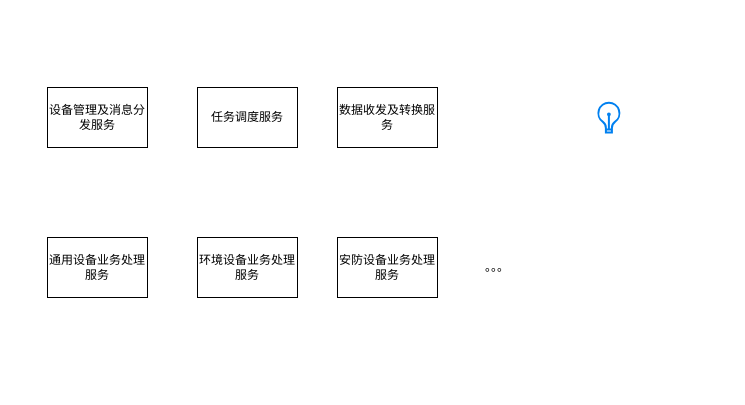
The draw.io diagram Untitled Diagram.drawio in huangyajie/html5, before the edit. Source tidied: cells renumbered, new cells numbered last; positions are measured from the earlier drawing's top-left corner, leaving out a move shared by most shapes. Both pictures are drawn from the tidied source at 100%, with x=0, y=0 at pixel (47, 87).
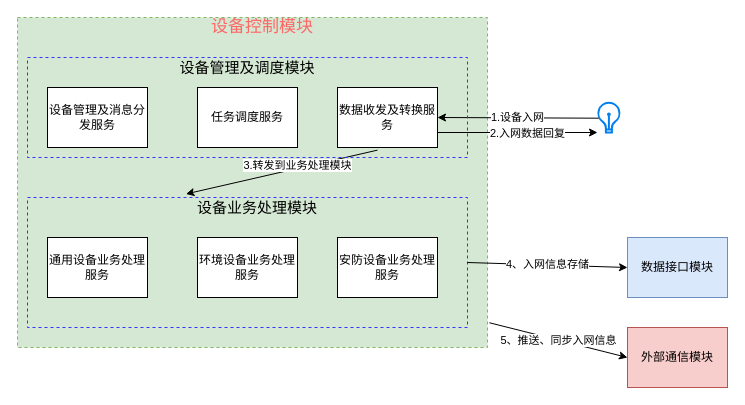
The same page after the edit.

Unchanged cells that the change refers to:
```xml
<mxCell id="3" value="数据收发及转换服务" style="rounded=0;whiteSpace=wrap;html=1;" parent="1" vertex="1">
  <mxGeometry x="290" width="100" height="60" as="geometry" />
</mxCell>
<mxCell id="9" style="html=1;verticalLabelPosition=bottom;align=center;labelBackgroundColor=#ffffff;verticalAlign=top;strokeWidth=2;strokeColor=#0080F0;shadow=0;dashed=0;shape=mxgraph.ios7.icons.lightbulb;" parent="1" vertex="1">
  <mxGeometry x="550" y="15.2" width="22.8" height="29.7" as="geometry" />
</mxCell>
```

The edit, as a diff of the source:
```diff
@@
+    <mxCell id="10" style="rounded=0;whiteSpace=wrap;html=1;dashed=1;fillColor=#d5e8d4;strokeColor=#82b366;" parent="1" vertex="1">
+      <mxGeometry x="-30" y="-70" width="470" height="330" as="geometry" />
+    </mxCell>
+    <mxCell id="11" style="rounded=0;whiteSpace=wrap;html=1;dashed=1;fillColor=none;strokeColor=#3333FF;" parent="1" vertex="1">
+      <mxGeometry x="-20" y="110" width="440" height="130" as="geometry" />
+    </mxCell>
@@
-    <mxCell id="8" value="。。。" style="text;html=1;strokeColor=none;fillColor=none;align=center;verticalAlign=middle;whiteSpace=wrap;rounded=0;" parent="1" vertex="1">
-      <mxGeometry x="420" y="170" width="60" height="20" as="geometry" />
-    </mxCell>
@@
+    <mxCell id="12" value="1.设备入网" style="endArrow=classic;html=1;exitX=0.058;exitY=0.522;exitDx=0;exitDy=0;exitPerimeter=0;entryX=1;entryY=0.5;entryDx=0;entryDy=0;" parent="1" edge="1" source="9" target="3">
+      <mxGeometry relative="1" as="geometry" />
+    </mxCell>
+    <mxCell id="13" style="endArrow=classic;html=1;exitX=1;exitY=0.75;exitDx=0;exitDy=0;" parent="1" edge="1" source="3">
+      <mxGeometry relative="1" as="geometry">
+        <mxPoint x="550" y="45" as="targetPoint" />
+      </mxGeometry>
+    </mxCell>
+    <mxCell id="14" value="2.入网数据回复" style="edgeLabel;html=1;align=center;verticalAlign=middle;" parent="13" vertex="1">
+      <mxGeometry x="-0.27" y="-1" relative="1" as="geometry">
+        <mxPoint x="31" y="-1" as="offset" />
+      </mxGeometry>
+    </mxCell>
+    <mxCell id="15" style="endArrow=classic;html=1;exitX=0.4;exitY=1.044;exitDx=0;exitDy=0;exitPerimeter=0;entryX=0.36;entryY=-0.027;entryDx=0;entryDy=0;entryPerimeter=0;" parent="1" edge="1" source="3" target="11">
+      <mxGeometry relative="1" as="geometry" />
+    </mxCell>
+    <mxCell id="16" value="3.转发到业务处理模块" style="edgeLabel;html=1;align=center;verticalAlign=middle;" parent="15" vertex="1">
+      <mxGeometry x="-0.17" y="-4" relative="1" as="geometry" />
+    </mxCell>
+    <mxCell id="17" value="&lt;font style=&quot;font-size: 15px&quot;&gt;设备业务处理模块&lt;/font&gt;" style="text;html=1;strokeColor=none;fillColor=none;align=center;verticalAlign=middle;whiteSpace=wrap;rounded=0;dashed=1;" parent="1" vertex="1">
+      <mxGeometry x="130" y="110" width="160" height="20" as="geometry" />
+    </mxCell>
+    <mxCell id="18" style="rounded=0;whiteSpace=wrap;html=1;dashed=1;fillColor=none;strokeColor=#3333FF;" parent="1" vertex="1">
+      <mxGeometry x="-20" y="-30" width="440" height="100" as="geometry" />
+    </mxCell>
+    <mxCell id="19" value="&lt;font style=&quot;font-size: 15px&quot;&gt;设备管理及调度模块&lt;/font&gt;" style="text;html=1;strokeColor=none;fillColor=none;align=center;verticalAlign=middle;whiteSpace=wrap;rounded=0;dashed=1;" parent="1" vertex="1">
+      <mxGeometry x="120" y="-30" width="160" height="20" as="geometry" />
+    </mxCell>
+    <mxCell id="20" value="数据接口模块" style="rounded=0;whiteSpace=wrap;html=1;fillColor=#dae8fc;strokeColor=#6c8ebf;" parent="1" vertex="1">
+      <mxGeometry x="580" y="150" width="100" height="60" as="geometry" />
+    </mxCell>
+    <mxCell id="21" value="4、入网信息存储" style="endArrow=classic;html=1;exitX=1;exitY=0.5;exitDx=0;exitDy=0;entryX=0;entryY=0.5;entryDx=0;entryDy=0;" parent="1" edge="1" source="11" target="20">
+      <mxGeometry relative="1" as="geometry" />
+    </mxCell>
+    <mxCell id="22" value="&lt;font style=&quot;font-size: 17px&quot; color=&quot;#ff6666&quot;&gt;设备控制模块&lt;/font&gt;" style="text;html=1;strokeColor=none;fillColor=none;align=center;verticalAlign=middle;whiteSpace=wrap;rounded=0;dashed=1;" parent="1" vertex="1">
+      <mxGeometry x="150" y="-70" width="130" height="20" as="geometry" />
+    </mxCell>
+    <mxCell id="23" value="外部通信模块" style="rounded=0;whiteSpace=wrap;html=1;fillColor=#f8cecc;strokeColor=#b85450;" parent="1" vertex="1">
+      <mxGeometry x="580" y="240" width="100" height="60" as="geometry" />
+    </mxCell>
+    <mxCell id="24" value="5、推送、同步入网信息" style="endArrow=classic;html=1;exitX=1.004;exitY=0.925;exitDx=0;exitDy=0;exitPerimeter=0;entryX=0;entryY=0.5;entryDx=0;entryDy=0;" parent="1" edge="1" source="10" target="23">
+      <mxGeometry relative="1" as="geometry" />
+    </mxCell>
```
